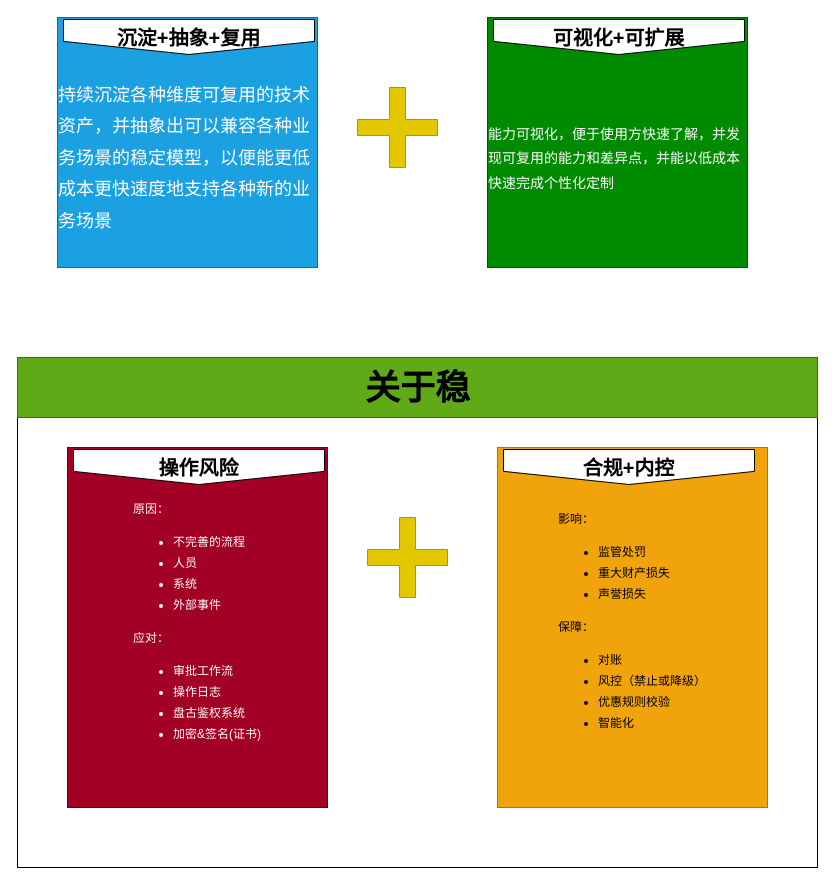
Earlier version of the draw.io diagram page "Page-25" (15 of 30) of Untitled Diagram.drawio (zengcrvip/basedemo). Source tidied: cells renumbered, new cells numbered last; positions are measured from the earlier drawing's top-left corner, leaving out a move shared by most shapes. Both pictures are drawn from the tidied source at 100%, with x=0, y=0 at pixel (17, 17).
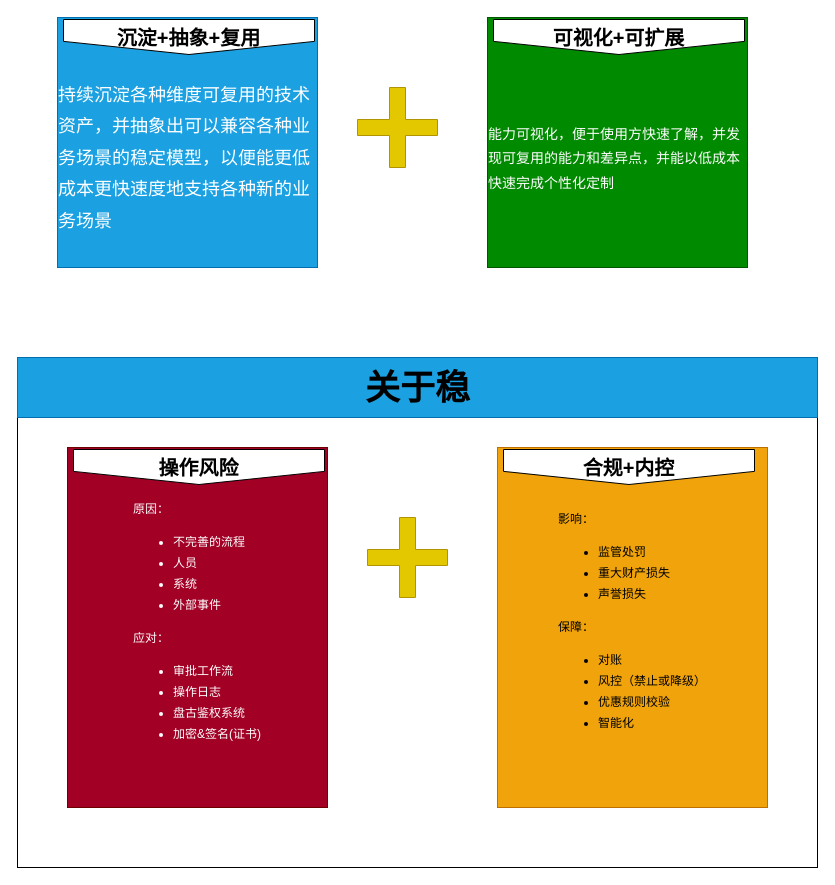
The same diagram, later.

Diff of the diagram source:
```diff
@@
 <mxGraphModel>
   <root>
     <mxCell id="0" />
     <mxCell id="1" parent="0" />
     <mxCell id="2" value="&lt;div style=&quot;text-align: left ; line-height: 1.75&quot;&gt;&lt;font style=&quot;font-size: 18px&quot;&gt;&lt;br&gt;&lt;/font&gt;&lt;/div&gt;&lt;div style=&quot;text-align: left ; line-height: 1.75&quot;&gt;&lt;font style=&quot;font-size: 18px&quot;&gt;持续沉淀各种维度可复用的技术资产，并抽象出可以兼容各种业务场景的稳定模型，以便能更低成本更快速度地支持各种新的业务场景&lt;/font&gt;&lt;/div&gt;" style="rounded=0;whiteSpace=wrap;html=1;fillColor=#1ba1e2;fontColor=#ffffff;strokeColor=#006EAF;" parent="1" vertex="1">
       <mxGeometry x="40" width="260" height="250" as="geometry" />
     </mxCell>
     <mxCell id="3" value="&lt;font style=&quot;font-size: 20px&quot;&gt;&lt;b&gt;沉淀+抽象+复用&lt;/b&gt;&lt;/font&gt;" style="shape=offPageConnector;whiteSpace=wrap;html=1;" parent="1" vertex="1">
       <mxGeometry x="46" y="2" width="251" height="35" as="geometry" />
     </mxCell>
     <mxCell id="4" value="&lt;div style=&quot;text-align: left ; line-height: 1.75&quot;&gt;&lt;font style=&quot;font-size: 18px&quot;&gt;&lt;br&gt;&lt;/font&gt;&lt;/div&gt;&lt;div style=&quot;text-align: left ; line-height: 1.75&quot;&gt;&lt;div style=&quot;line-height: 1.75 ; font-size: 14px&quot;&gt;能力可视化，便于使用方快速了解，并发现可复用的能力和差异点，并能以低成本快速完成个性化定制&lt;/div&gt;&lt;/div&gt;" style="rounded=0;whiteSpace=wrap;html=1;fillColor=#008a00;fontColor=#ffffff;strokeColor=#005700;" parent="1" vertex="1">
       <mxGeometry x="470" width="260" height="250" as="geometry" />
     </mxCell>
     <mxCell id="5" value="&lt;font style=&quot;font-size: 20px&quot;&gt;&lt;b&gt;可视化+可扩展&lt;/b&gt;&lt;/font&gt;" style="shape=offPageConnector;whiteSpace=wrap;html=1;" parent="1" vertex="1">
       <mxGeometry x="476" y="2" width="251" height="35" as="geometry" />
     </mxCell>
     <mxCell id="6" style="shape=cross;whiteSpace=wrap;html=1;fontSize=18;fillColor=#e3c800;fontColor=#000000;strokeColor=#B09500;" parent="1" vertex="1">
       <mxGeometry x="340" y="70" width="80" height="80" as="geometry" />
     </mxCell>
     <mxCell id="7" style="rounded=0;whiteSpace=wrap;html=1;fontSize=18;" parent="1" vertex="1">
       <mxGeometry y="400" width="800" height="450" as="geometry" />
     </mxCell>
     <mxCell id="8" value="&lt;div style=&quot;text-align: left ; line-height: 1.75&quot;&gt;&lt;div&gt;原因：&lt;/div&gt;&lt;ul&gt;&lt;li&gt;不完善的流程&lt;/li&gt;&lt;li&gt;人员&lt;/li&gt;&lt;li&gt;系统&lt;/li&gt;&lt;li&gt;外部事件&lt;/li&gt;&lt;/ul&gt;&lt;div&gt;应对：&lt;/div&gt;&lt;div&gt;&lt;ul&gt;&lt;li&gt;审批工作流&lt;/li&gt;&lt;li&gt;操作日志&lt;/li&gt;&lt;li&gt;盘古鉴权系统&lt;/li&gt;&lt;li&gt;加密&amp;amp;签名(证书)&lt;/li&gt;&lt;/ul&gt;&lt;/div&gt;&lt;/div&gt;" style="rounded=0;whiteSpace=wrap;html=1;fillColor=#a20025;fontColor=#ffffff;strokeColor=#6F0000;" parent="1" vertex="1">
       <mxGeometry x="50" y="430" width="260" height="360" as="geometry" />
     </mxCell>
     <mxCell id="9" value="&lt;font style=&quot;font-size: 20px&quot;&gt;&lt;b&gt;操作风险&lt;/b&gt;&lt;/font&gt;" style="shape=offPageConnector;whiteSpace=wrap;html=1;" parent="1" vertex="1">
       <mxGeometry x="56" y="432" width="251" height="35" as="geometry" />
     </mxCell>
     <mxCell id="10" value="&lt;div style=&quot;text-align: left ; line-height: 1.75&quot;&gt;影响：&lt;/div&gt;&lt;div style=&quot;text-align: left ; line-height: 1.75&quot;&gt;&lt;ul&gt;&lt;li&gt;监管处罚&lt;/li&gt;&lt;li&gt;重大财产损失&lt;/li&gt;&lt;li&gt;声誉损失&lt;/li&gt;&lt;/ul&gt;&lt;/div&gt;&lt;div style=&quot;text-align: left ; line-height: 1.75&quot;&gt;保障：&lt;/div&gt;&lt;div style=&quot;text-align: left ; line-height: 1.75&quot;&gt;&lt;ul&gt;&lt;li&gt;对账&lt;/li&gt;&lt;li&gt;风控（禁止或降级）&lt;/li&gt;&lt;li&gt;优惠规则校验&lt;/li&gt;&lt;li&gt;智能化&lt;/li&gt;&lt;/ul&gt;&lt;/div&gt;" style="rounded=0;whiteSpace=wrap;html=1;fillColor=#f0a30a;fontColor=#000000;strokeColor=#BD7000;" parent="1" vertex="1">
       <mxGeometry x="480" y="430" width="270" height="360" as="geometry" />
     </mxCell>
     <mxCell id="11" value="&lt;font style=&quot;font-size: 20px&quot;&gt;&lt;b&gt;合规+内控&lt;/b&gt;&lt;/font&gt;" style="shape=offPageConnector;whiteSpace=wrap;html=1;" parent="1" vertex="1">
       <mxGeometry x="486" y="432" width="251" height="35" as="geometry" />
     </mxCell>
     <mxCell id="12" style="shape=cross;whiteSpace=wrap;html=1;fontSize=18;fillColor=#e3c800;fontColor=#000000;strokeColor=#B09500;" parent="1" vertex="1">
       <mxGeometry x="350" y="500" width="80" height="80" as="geometry" />
     </mxCell>
-    <mxCell id="13" style="rounded=0;whiteSpace=wrap;html=1;fontSize=35;fillColor=#60a917;fontColor=#ffffff;strokeColor=#2D7600;" parent="1" vertex="1">
+    <mxCell id="13" style="rounded=0;whiteSpace=wrap;html=1;fontSize=35;fillColor=#1ba1e2;fontColor=#ffffff;strokeColor=#006EAF;" parent="1" vertex="1">
       <mxGeometry y="340" width="800" height="60" as="geometry" />
     </mxCell>
     <mxCell id="14" value="&lt;font style=&quot;font-size: 35px&quot;&gt;关于稳&lt;/font&gt;" style="text;strokeColor=none;fillColor=none;html=1;fontSize=24;fontStyle=1;verticalAlign=middle;align=center;" parent="1" vertex="1">
       <mxGeometry x="325" y="340" width="150" height="60" as="geometry" />
     </mxCell>
   </root>
 </mxGraphModel>
```
